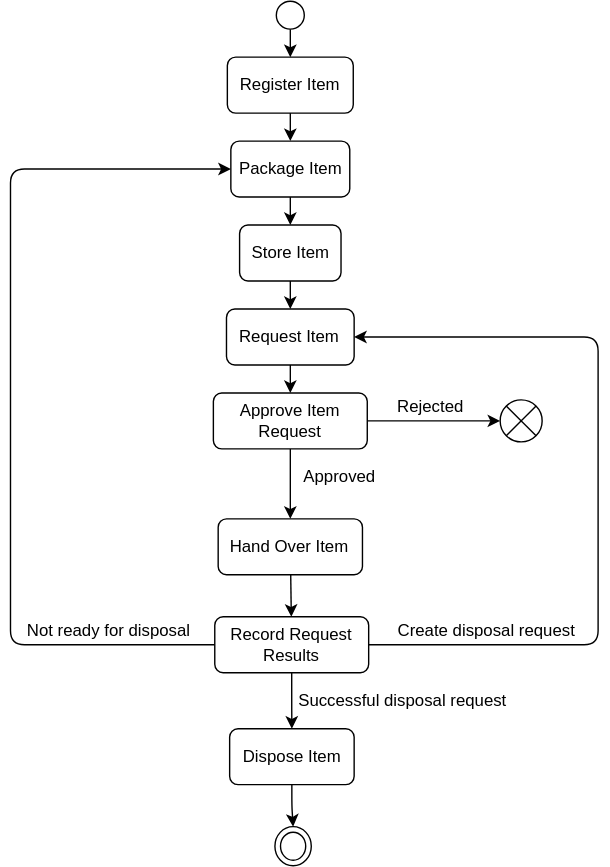
Above: documentation/process-overview.drawio.svg in Gadnex/documentation-example (draw.io), before the change. Source tidied: cells renumbered, new cells last; positions are measured from the earlier drawing's top-left corner, leaving out a move shared by most shapes. The source it was exported from:
```xml
<mxGraphModel>
  <root>
    <mxCell id="0" />
    <mxCell id="1" parent="0" />
    <mxCell id="2" style="edgeStyle=none;html=1;entryX=0.5;entryY=0;entryDx=0;entryDy=0;" parent="1" edge="1" source="3" target="5">
      <mxGeometry relative="1" as="geometry" />
    </mxCell>
    <mxCell id="3" style="ellipse;whiteSpace=wrap;html=1;" parent="1" vertex="1">
      <mxGeometry x="190" width="20" height="20" as="geometry" />
    </mxCell>
    <mxCell id="4" style="edgeStyle=none;html=1;" parent="1" edge="1" source="5" target="7">
      <mxGeometry relative="1" as="geometry" />
    </mxCell>
    <mxCell id="5" value="Register Item" style="rounded=1;whiteSpace=wrap;html=1;" parent="1" vertex="1">
      <mxGeometry x="155" y="40" width="90" height="40" as="geometry" />
    </mxCell>
    <mxCell id="6" style="edgeStyle=none;html=1;" parent="1" edge="1" source="7" target="9">
      <mxGeometry relative="1" as="geometry" />
    </mxCell>
    <mxCell id="7" value="Package Item" style="whiteSpace=wrap;html=1;rounded=1;" parent="1" vertex="1">
      <mxGeometry x="157.5" y="100" width="85" height="40" as="geometry" />
    </mxCell>
    <mxCell id="8" style="edgeStyle=none;html=1;" parent="1" edge="1" source="9" target="11">
      <mxGeometry relative="1" as="geometry" />
    </mxCell>
    <mxCell id="9" value="Store Item" style="whiteSpace=wrap;html=1;rounded=1;" parent="1" vertex="1">
      <mxGeometry x="163.8" y="160" width="72.5" height="40" as="geometry" />
    </mxCell>
    <mxCell id="10" style="edgeStyle=none;html=1;entryX=0.5;entryY=0;entryDx=0;entryDy=0;" parent="1" edge="1" source="11" target="16">
      <mxGeometry relative="1" as="geometry" />
    </mxCell>
    <mxCell id="11" value="Request Item" style="whiteSpace=wrap;html=1;rounded=1;" parent="1" vertex="1">
      <mxGeometry x="154.4" y="220" width="91.2" height="40" as="geometry" />
    </mxCell>
    <mxCell id="12" style="edgeStyle=none;html=1;" parent="1" edge="1" source="13" target="22">
      <mxGeometry relative="1" as="geometry" />
    </mxCell>
    <mxCell id="13" value="Hand Over Item" style="whiteSpace=wrap;html=1;rounded=1;" parent="1" vertex="1">
      <mxGeometry x="148.4" y="370" width="103.1" height="40" as="geometry" />
    </mxCell>
    <mxCell id="14" style="edgeStyle=none;html=1;entryX=0.5;entryY=0;entryDx=0;entryDy=0;" parent="1" edge="1" source="16" target="13">
      <mxGeometry relative="1" as="geometry" />
    </mxCell>
    <mxCell id="15" style="edgeStyle=none;html=1;entryX=0;entryY=0.5;entryDx=0;entryDy=0;" parent="1" edge="1" source="16" target="29">
      <mxGeometry relative="1" as="geometry" />
    </mxCell>
    <mxCell id="16" value="Approve Item Request" style="rounded=1;whiteSpace=wrap;html=1;" parent="1" vertex="1">
      <mxGeometry x="145" y="280" width="110" height="40" as="geometry" />
    </mxCell>
    <mxCell id="17" value="Approved" style="text;html=1;align=center;verticalAlign=middle;strokeColor=none;fillColor=none;" parent="1" vertex="1">
      <mxGeometry x="200" y="330" width="70" height="20" as="geometry" />
    </mxCell>
    <mxCell id="18" value="Rejected" style="text;html=1;align=center;verticalAlign=middle;strokeColor=none;fillColor=none;" parent="1" vertex="1">
      <mxGeometry x="270" y="280" width="60" height="20" as="geometry" />
    </mxCell>
    <mxCell id="19" style="edgeStyle=orthogonalEdgeStyle;html=1;entryX=0;entryY=0.5;entryDx=0;entryDy=0;" parent="1" edge="1" source="22" target="7">
      <mxGeometry relative="1" as="geometry">
        <Array as="points">
          <mxPoint y="460" />
          <mxPoint y="120" />
        </Array>
      </mxGeometry>
    </mxCell>
    <mxCell id="20" style="edgeStyle=orthogonalEdgeStyle;html=1;" parent="1" edge="1" source="22" target="25">
      <mxGeometry relative="1" as="geometry" />
    </mxCell>
    <mxCell id="21" style="edgeStyle=orthogonalEdgeStyle;html=1;entryX=1;entryY=0.5;entryDx=0;entryDy=0;" parent="1" edge="1" source="22" target="11">
      <mxGeometry relative="1" as="geometry">
        <Array as="points">
          <mxPoint x="420" y="460" />
          <mxPoint x="420" y="240" />
        </Array>
      </mxGeometry>
    </mxCell>
    <mxCell id="22" value="Record Request Results" style="whiteSpace=wrap;html=1;rounded=1;" parent="1" vertex="1">
      <mxGeometry x="146" y="440" width="110" height="40" as="geometry" />
    </mxCell>
    <mxCell id="23" value="Not ready for disposal" style="text;html=1;align=center;verticalAlign=middle;strokeColor=none;fillColor=none;" parent="1" vertex="1">
      <mxGeometry x="5" y="440" width="130" height="20" as="geometry" />
    </mxCell>
    <mxCell id="24" style="edgeStyle=orthogonalEdgeStyle;html=1;entryX=0.5;entryY=0;entryDx=0;entryDy=0;" parent="1" edge="1" source="25" target="28">
      <mxGeometry relative="1" as="geometry" />
    </mxCell>
    <mxCell id="25" value="Dispose Item" style="whiteSpace=wrap;html=1;rounded=1;" parent="1" vertex="1">
      <mxGeometry x="156.6" y="520" width="89" height="40" as="geometry" />
    </mxCell>
    <mxCell id="26" value="Create disposal request" style="text;html=1;align=center;verticalAlign=middle;strokeColor=none;fillColor=none;" parent="1" vertex="1">
      <mxGeometry x="270" y="440" width="140" height="20" as="geometry" />
    </mxCell>
    <mxCell id="27" value="Successful disposal request" style="text;html=1;align=center;verticalAlign=middle;strokeColor=none;fillColor=none;" parent="1" vertex="1">
      <mxGeometry x="200" y="490" width="160" height="20" as="geometry" />
    </mxCell>
    <mxCell id="28" style="ellipse;html=1;shape=endState;" parent="1" vertex="1">
      <mxGeometry x="189" y="590" width="26" height="28" as="geometry" />
    </mxCell>
    <mxCell id="29" style="shape=sumEllipse;perimeter=ellipsePerimeter;whiteSpace=wrap;html=1;backgroundOutline=1;" parent="1" vertex="1">
      <mxGeometry x="350" y="285" width="30" height="30" as="geometry" />
    </mxCell>
  </root>
</mxGraphModel>
```
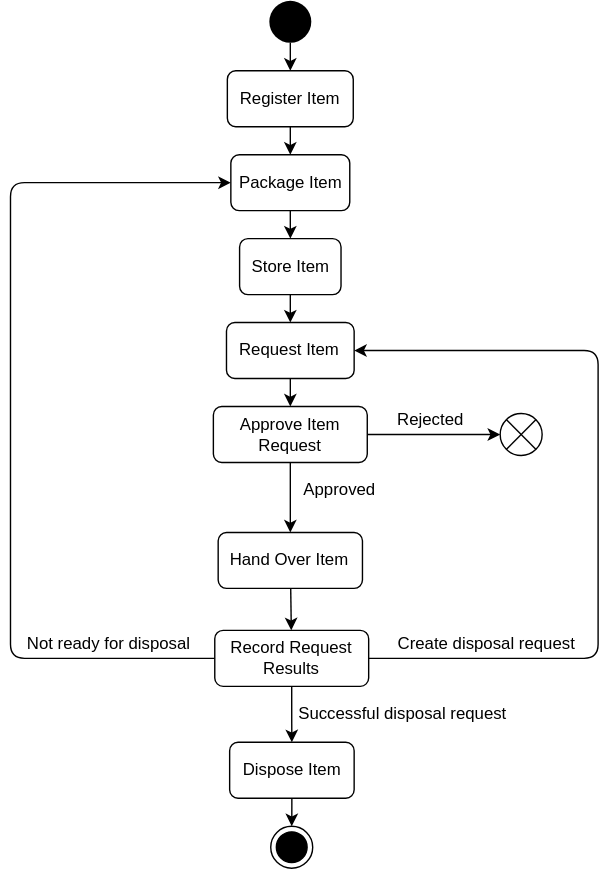
Later version of the same file.

Commit message:
Add initial use cases

What changed in the source:
```diff
@@ -2,12 +2,9 @@
   <root>
     <mxCell id="0" />
     <mxCell id="1" parent="0" />
-    <mxCell id="2" style="edgeStyle=none;html=1;entryX=0.5;entryY=0;entryDx=0;entryDy=0;" parent="1" edge="1" source="3" target="5">
+    <mxCell id="2" style="edgeStyle=none;html=1;entryX=0.5;entryY=0;entryDx=0;entryDy=0;exitX=0.5;exitY=1;exitDx=0;exitDy=0;" parent="1" edge="1" source="30" target="5">
       <mxGeometry relative="1" as="geometry" />
     </mxCell>
-    <mxCell id="3" style="ellipse;whiteSpace=wrap;html=1;" parent="1" vertex="1">
-      <mxGeometry x="190" width="20" height="20" as="geometry" />
-    </mxCell>
     <mxCell id="4" style="edgeStyle=none;html=1;" parent="1" edge="1" source="5" target="7">
       <mxGeometry relative="1" as="geometry" />
     </mxCell>
@@ -78,7 +75,7 @@
     <mxCell id="23" value="Not ready for disposal" style="text;html=1;align=center;verticalAlign=middle;strokeColor=none;fillColor=none;" parent="1" vertex="1">
       <mxGeometry x="5" y="440" width="130" height="20" as="geometry" />
     </mxCell>
-    <mxCell id="24" style="edgeStyle=orthogonalEdgeStyle;html=1;entryX=0.5;entryY=0;entryDx=0;entryDy=0;" parent="1" edge="1" source="25" target="28">
+    <mxCell id="24" style="edgeStyle=orthogonalEdgeStyle;html=1;entryX=0.5;entryY=0;entryDx=0;entryDy=0;" parent="1" edge="1" source="25" target="31">
       <mxGeometry relative="1" as="geometry" />
     </mxCell>
     <mxCell id="25" value="Dispose Item" style="whiteSpace=wrap;html=1;rounded=1;" parent="1" vertex="1">
@@ -90,11 +87,14 @@
     <mxCell id="27" value="Successful disposal request" style="text;html=1;align=center;verticalAlign=middle;strokeColor=none;fillColor=none;" parent="1" vertex="1">
       <mxGeometry x="200" y="490" width="160" height="20" as="geometry" />
     </mxCell>
-    <mxCell id="28" style="ellipse;html=1;shape=endState;" parent="1" vertex="1">
-      <mxGeometry x="189" y="590" width="26" height="28" as="geometry" />
-    </mxCell>
     <mxCell id="29" style="shape=sumEllipse;perimeter=ellipsePerimeter;whiteSpace=wrap;html=1;backgroundOutline=1;" parent="1" vertex="1">
       <mxGeometry x="350" y="285" width="30" height="30" as="geometry" />
     </mxCell>
+    <mxCell id="30" style="ellipse;fillColor=#000000;strokeColor=none;" parent="1" vertex="1">
+      <mxGeometry x="185" y="-10" width="30" height="30" as="geometry" />
+    </mxCell>
+    <mxCell id="31" style="ellipse;html=1;shape=endState;fillColor=#000000;strokeColor=#000000;" parent="1" vertex="1">
+      <mxGeometry x="186" y="580" width="30" height="30" as="geometry" />
+    </mxCell>
   </root>
 </mxGraphModel>
```
